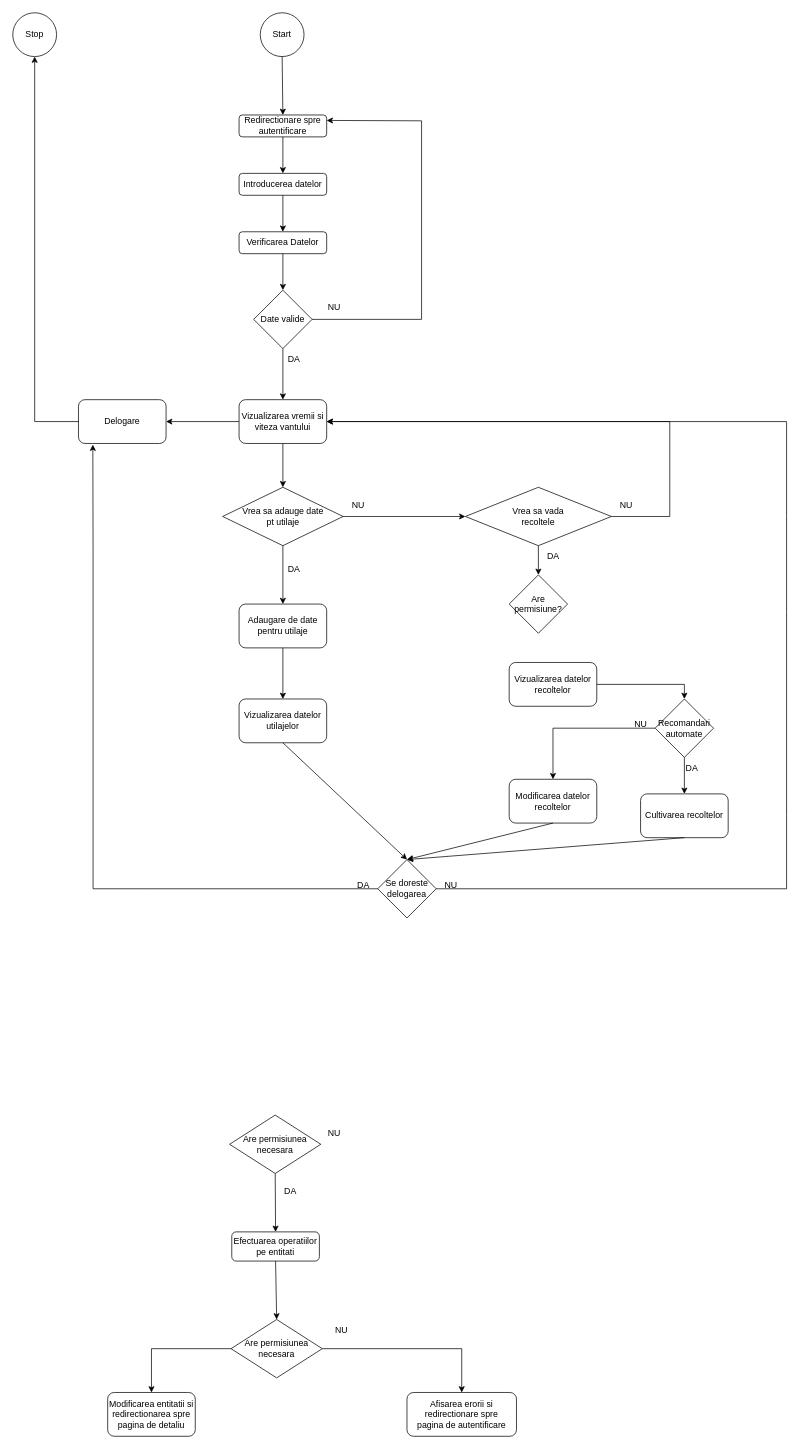
The draw.io diagram Use_Case.drawio in rosca27/FarmCare, before the edit. Source tidied: cells renumbered, new cells numbered last; positions are measured from the earlier drawing's top-left corner, leaving out a move shared by most shapes. Both pictures are drawn from the tidied source at 73%, with x=0, y=0 at pixel (12, 12).
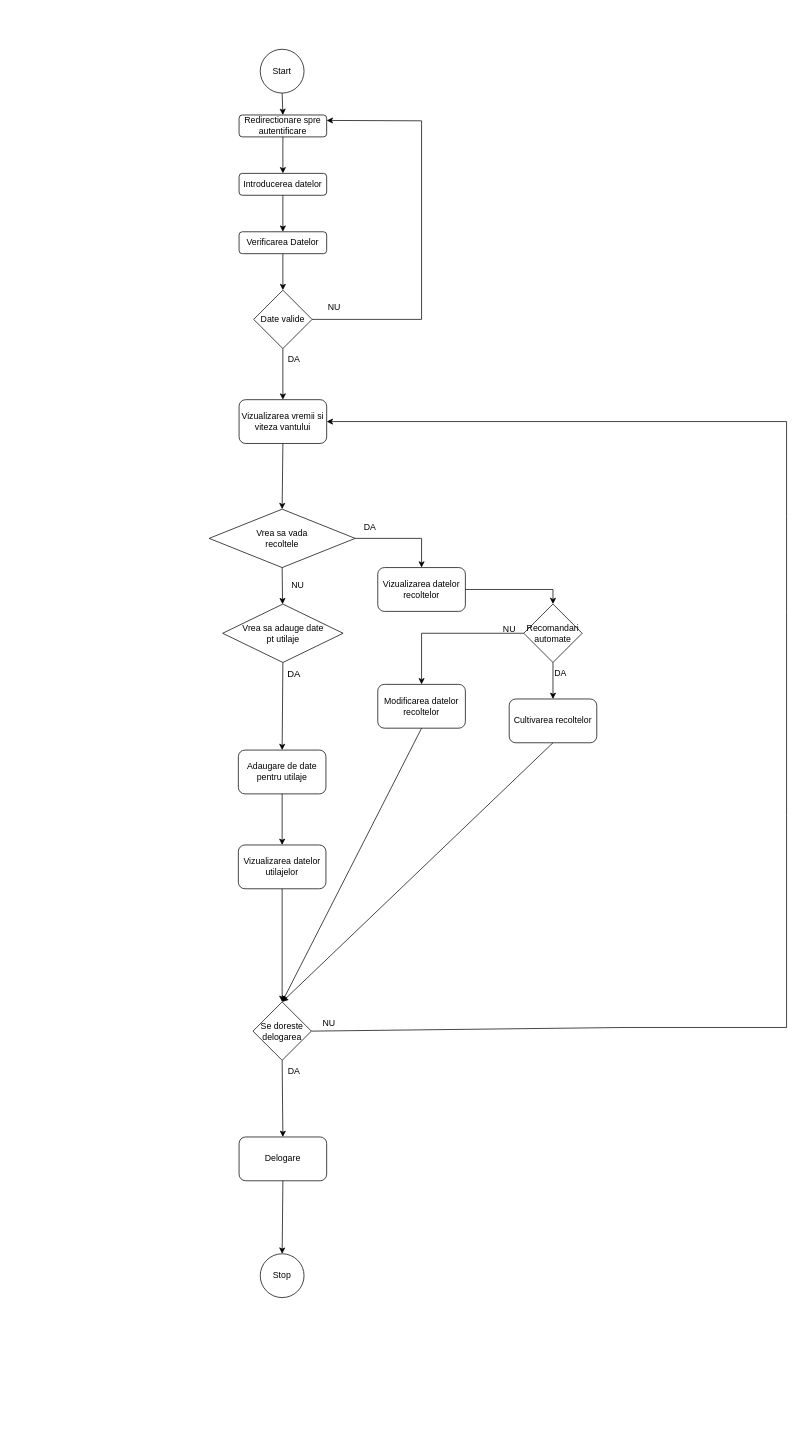
The same diagram, later.

Unchanged cells that the change refers to:
```xml
<mxCell id="12" value="Vizualizarea vremii si viteza vantului" style="rounded=1;whiteSpace=wrap;html=1;" parent="1" vertex="1">
  <mxGeometry x="310" y="530" width="120" height="60" as="geometry" />
</mxCell>
```

Change to the diagram source:
```diff
@@
-    <mxCell id="13" value="Efectuarea operatiilor&lt;div&gt;pe entitati&lt;/div&gt;" style="rounded=1;whiteSpace=wrap;html=1;" parent="1" vertex="1">
-      <mxGeometry x="300" y="1670" width="120" height="40" as="geometry" />
-    </mxCell>
-    <mxCell id="14" value="Are permisiunea necesara" style="rhombus;whiteSpace=wrap;html=1;" parent="1" vertex="1">
-      <mxGeometry x="297" y="1510" width="125" height="80" as="geometry" />
-    </mxCell>
-    <mxCell id="15" style="endArrow=classic;html=1;rounded=0;exitX=0.5;exitY=1;exitDx=0;exitDy=0;entryX=0.5;entryY=0;entryDx=0;entryDy=0;" parent="1" edge="1" source="14" target="13">
-      <mxGeometry relative="1" as="geometry" />
-    </mxCell>
-    <mxCell id="16" value="DA" style="text;html=1;align=center;verticalAlign=middle;strokeColor=none;fillColor=none;" parent="1" vertex="1">
-      <mxGeometry x="360" y="1600" width="40" height="30" as="geometry" />
-    </mxCell>
-    <mxCell id="17" value="NU" style="text;html=1;align=center;verticalAlign=middle;strokeColor=none;fillColor=none;" parent="1" vertex="1">
-      <mxGeometry x="420" y="1520" width="40" height="30" as="geometry" />
-    </mxCell>
-    <mxCell id="18" value="Are permisiunea necesara" style="rhombus;whiteSpace=wrap;html=1;" parent="1" vertex="1">
-      <mxGeometry x="299" y="1790" width="125" height="80" as="geometry" />
-    </mxCell>
-    <mxCell id="19" style="endArrow=classic;html=1;rounded=0;exitX=0.5;exitY=1;exitDx=0;exitDy=0;entryX=0.5;entryY=0;entryDx=0;entryDy=0;" parent="1" edge="1" source="13" target="18">
-      <mxGeometry relative="1" as="geometry" />
-    </mxCell>
-    <mxCell id="20" style="endArrow=classic;html=1;rounded=0;exitX=1;exitY=0.5;exitDx=0;exitDy=0;entryX=0.5;entryY=0;entryDx=0;entryDy=0;" parent="1" edge="1" source="18" target="22">
-      <mxGeometry relative="1" as="geometry">
-        <Array as="points">
-          <mxPoint x="615" y="1830" />
-        </Array>
-      </mxGeometry>
-    </mxCell>
-    <mxCell id="21" value="NU" style="text;html=1;align=center;verticalAlign=middle;strokeColor=none;fillColor=none;" parent="1" vertex="1">
-      <mxGeometry x="430" y="1790" width="40" height="30" as="geometry" />
-    </mxCell>
-    <mxCell id="22" value="Afisarea erorii si redirectionare spre&lt;div&gt;pagina de autentificare&lt;/div&gt;" style="rounded=1;whiteSpace=wrap;html=1;" parent="1" vertex="1">
-      <mxGeometry x="540" y="1890" width="150" height="60" as="geometry" />
-    </mxCell>
-    <mxCell id="23" value="Modificarea entitatii si redirectionarea spre pagina de detaliu" style="rounded=1;whiteSpace=wrap;html=1;" parent="1" vertex="1">
-      <mxGeometry x="130" y="1890" width="120" height="60" as="geometry" />
-    </mxCell>
-    <mxCell id="24" style="endArrow=classic;html=1;rounded=0;exitX=0;exitY=0.5;exitDx=0;exitDy=0;entryX=0.5;entryY=0;entryDx=0;entryDy=0;" parent="1" edge="1" source="18" target="23">
-      <mxGeometry relative="1" as="geometry">
-        <Array as="points">
-          <mxPoint x="190" y="1830" />
-        </Array>
-      </mxGeometry>
-    </mxCell>
     <mxCell id="25" value="Delogare" style="rounded=1;whiteSpace=wrap;html=1;" parent="1" vertex="1">
-      <mxGeometry x="90" y="530" width="120" height="60" as="geometry" />
+      <mxGeometry x="310" y="1540" width="120" height="60" as="geometry" />
     </mxCell>
     <mxCell id="26" value="Start" style="ellipse;whiteSpace=wrap;html=1;" parent="1" vertex="1">
-      <mxGeometry x="339" width="60" height="60" as="geometry" />
+      <mxGeometry x="339" y="50" width="60" height="60" as="geometry" />
     </mxCell>
@@
-    <mxCell id="29" style="endArrow=classic;html=1;rounded=0;exitX=0;exitY=0.5;exitDx=0;exitDy=0;entryX=1;entryY=0.5;entryDx=0;entryDy=0;" parent="1" edge="1" source="12" target="25">
-      <mxGeometry relative="1" as="geometry" />
-    </mxCell>
     <mxCell id="30" value="Vizualizarea datelor&lt;div&gt;recoltelor&lt;/div&gt;" style="rounded=1;whiteSpace=wrap;html=1;" parent="1" vertex="1">
-      <mxGeometry x="680" y="890" width="120" height="60" as="geometry" />
+      <mxGeometry x="500" y="760" width="120" height="60" as="geometry" />
     </mxCell>
     <mxCell id="31" value="Modificarea datelor&lt;div&gt;recoltelor&lt;/div&gt;" style="rounded=1;whiteSpace=wrap;html=1;" parent="1" vertex="1">
-      <mxGeometry x="680" y="1050" width="120" height="60" as="geometry" />
+      <mxGeometry x="500" y="920" width="120" height="60" as="geometry" />
     </mxCell>
     <mxCell id="32" value="Adaugare de date pentru utilaje" style="rounded=1;whiteSpace=wrap;html=1;" parent="1" vertex="1">
-      <mxGeometry x="310" y="810" width="120" height="60" as="geometry" />
+      <mxGeometry x="309" y="1010" width="120" height="60" as="geometry" />
     </mxCell>
     <mxCell id="33" value="Cultivarea recoltelor" style="rounded=1;whiteSpace=wrap;html=1;" parent="1" vertex="1">
-      <mxGeometry x="860" y="1070" width="120" height="60" as="geometry" />
+      <mxGeometry x="680" y="940" width="120" height="60" as="geometry" />
     </mxCell>
     <mxCell id="34" value="Vizualizarea datelor&lt;div&gt;utilajelor&lt;/div&gt;" style="rounded=1;whiteSpace=wrap;html=1;" parent="1" vertex="1">
-      <mxGeometry x="310" y="940" width="120" height="60" as="geometry" />
+      <mxGeometry x="309" y="1140" width="120" height="60" as="geometry" />
     </mxCell>
@@
-    <mxCell id="36" value="Vrea sa adauge date&lt;div&gt;pt utilaje&lt;/div&gt;" style="rhombus;whiteSpace=wrap;html=1;" parent="1" vertex="1">
-      <mxGeometry x="287.5" y="650" width="165" height="80" as="geometry" />
-    </mxCell>
-    <mxCell id="37" style="endArrow=classic;html=1;rounded=0;exitX=0.5;exitY=1;exitDx=0;exitDy=0;entryX=0.5;entryY=0;entryDx=0;entryDy=0;" parent="1" edge="1" source="12" target="36">
+    <mxCell id="37" style="endArrow=classic;html=1;rounded=0;exitX=0.5;exitY=1;exitDx=0;exitDy=0;entryX=0.5;entryY=0;entryDx=0;entryDy=0;" parent="1" edge="1" source="12" target="40">
       <mxGeometry relative="1" as="geometry" />
     </mxCell>
-    <mxCell id="38" style="endArrow=classic;html=1;rounded=0;exitX=0.5;exitY=1;exitDx=0;exitDy=0;entryX=0.5;entryY=0;entryDx=0;entryDy=0;" parent="1" edge="1" source="36" target="32">
-      <mxGeometry relative="1" as="geometry" />
-    </mxCell>
     <mxCell id="39" value="DA" style="text;html=1;align=center;verticalAlign=middle;strokeColor=none;fillColor=none;" parent="1" vertex="1">
-      <mxGeometry x="365" y="748" width="40" height="30" as="geometry" />
+      <mxGeometry x="469" y="690" width="40" height="30" as="geometry" />
     </mxCell>
-    <mxCell id="40" value="Vrea sa vada&lt;div&gt;recoltele&lt;/div&gt;" style="rhombus;whiteSpace=wrap;html=1;" parent="1" vertex="1">
-      <mxGeometry x="620" y="650" width="200" height="80" as="geometry" />
-    </mxCell>
-    <mxCell id="41" style="endArrow=classic;html=1;rounded=0;exitX=1;exitY=0.5;exitDx=0;exitDy=0;entryX=0;entryY=0.5;entryDx=0;entryDy=0;" parent="1" edge="1" source="36" target="40">
-      <mxGeometry relative="1" as="geometry" />
-    </mxCell>
     <mxCell id="42" value="NU" style="text;html=1;align=center;verticalAlign=middle;strokeColor=none;fillColor=none;" parent="1" vertex="1">
-      <mxGeometry x="452.5" y="660" width="40" height="30" as="geometry" />
+      <mxGeometry x="370" y="770" width="40" height="30" as="geometry" />
     </mxCell>
-    <mxCell id="43" value="DA" style="text;html=1;align=center;verticalAlign=middle;strokeColor=none;fillColor=none;" parent="1" vertex="1">
-      <mxGeometry x="720" y="730" width="40" height="30" as="geometry" />
-    </mxCell>
-    <mxCell id="44" style="endArrow=classic;html=1;rounded=0;exitX=1;exitY=0.5;exitDx=0;exitDy=0;entryX=1;entryY=0.5;entryDx=0;entryDy=0;" parent="1" edge="1" source="40" target="12">
-      <mxGeometry relative="1" as="geometry">
-        <Array as="points">
-          <mxPoint x="900" y="690" />
-          <mxPoint x="900" y="560" />
-        </Array>
-      </mxGeometry>
-    </mxCell>
-    <mxCell id="45" value="NU" style="text;html=1;align=center;verticalAlign=middle;strokeColor=none;fillColor=none;" parent="1" vertex="1">
-      <mxGeometry x="820" y="660" width="40" height="30" as="geometry" />
-    </mxCell>
     <mxCell id="46" value="Se doreste&lt;br&gt;delogarea" style="rhombus;whiteSpace=wrap;html=1;" parent="1" vertex="1">
-      <mxGeometry x="500" y="1160" width="80" height="80" as="geometry" />
+      <mxGeometry x="329" y="1355" width="80" height="80" as="geometry" />
     </mxCell>
-    <mxCell id="47" style="endArrow=classic;html=1;rounded=0;exitX=0;exitY=0.5;exitDx=0;exitDy=0;entryX=0.164;entryY=1.026;entryDx=0;entryDy=0;entryPerimeter=0;" parent="1" edge="1" source="46" target="25">
-      <mxGeometry relative="1" as="geometry">
-        <Array as="points">
-          <mxPoint x="180" y="1200" />
-          <mxPoint x="110" y="1200" />
-          <mxPoint x="110" y="740" />
-        </Array>
-      </mxGeometry>
-    </mxCell>
     <mxCell id="48" value="DA" style="text;html=1;align=center;verticalAlign=middle;strokeColor=none;fillColor=none;" parent="1" vertex="1">
-      <mxGeometry x="460" y="1180" width="40" height="30" as="geometry" />
+      <mxGeometry x="365" y="1435" width="40" height="30" as="geometry" />
     </mxCell>
     <mxCell id="49" style="endArrow=classic;html=1;rounded=0;exitX=1;exitY=0.5;exitDx=0;exitDy=0;entryX=1;entryY=0.5;entryDx=0;entryDy=0;" parent="1" edge="1" source="46" target="12">
       <mxGeometry relative="1" as="geometry">
         <Array as="points">
-          <mxPoint x="840" y="1200" />
-          <mxPoint x="1060" y="1200" />
+          <mxPoint x="840" y="1390" />
+          <mxPoint x="1060" y="1390" />
           <mxPoint x="1060" y="1100" />
           <mxPoint x="1060" y="820" />
           <mxPoint x="1060" y="690" />
           <mxPoint x="1060" y="560" />
         </Array>
       </mxGeometry>
     </mxCell>
     <mxCell id="50" value="NU" style="text;html=1;align=center;verticalAlign=middle;strokeColor=none;fillColor=none;" parent="1" vertex="1">
-      <mxGeometry x="580" y="1180" width="40" height="30" as="geometry" />
+      <mxGeometry x="412.5" y="1370" width="40" height="30" as="geometry" />
     </mxCell>
@@
     <mxCell id="54" value="Recomandari&lt;div&gt;automate&lt;/div&gt;" style="rhombus;whiteSpace=wrap;html=1;" parent="1" vertex="1">
-      <mxGeometry x="880" y="940" width="80" height="80" as="geometry" />
+      <mxGeometry x="700" y="810" width="80" height="80" as="geometry" />
     </mxCell>
     <mxCell id="55" style="endArrow=classic;html=1;rounded=0;exitX=1;exitY=0.5;exitDx=0;exitDy=0;entryX=0.5;entryY=0;entryDx=0;entryDy=0;" parent="1" edge="1" source="30" target="54">
       <mxGeometry relative="1" as="geometry">
         <Array as="points">
-          <mxPoint x="920" y="920" />
+          <mxPoint x="740" y="790" />
         </Array>
       </mxGeometry>
     </mxCell>
     <mxCell id="56" value="Stop" style="ellipse;whiteSpace=wrap;html=1;" parent="1" vertex="1">
-      <mxGeometry width="60" height="60" as="geometry" />
+      <mxGeometry x="339" y="1700" width="60" height="60" as="geometry" />
     </mxCell>
-    <mxCell id="57" style="endArrow=classic;html=1;rounded=0;exitX=0;exitY=0.5;exitDx=0;exitDy=0;entryX=0.5;entryY=1;entryDx=0;entryDy=0;" parent="1" edge="1" source="25" target="56">
-      <mxGeometry relative="1" as="geometry">
-        <Array as="points">
-          <mxPoint x="30" y="560" />
-        </Array>
-      </mxGeometry>
-    </mxCell>
@@
     <mxCell id="59" value="DA" style="text;html=1;align=center;verticalAlign=middle;strokeColor=none;fillColor=none;" parent="1" vertex="1">
-      <mxGeometry x="910" y="1020" width="40" height="30" as="geometry" />
+      <mxGeometry x="730" y="890" width="40" height="30" as="geometry" />
     </mxCell>
     <mxCell id="60" style="endArrow=classic;html=1;rounded=0;exitX=0;exitY=0.5;exitDx=0;exitDy=0;entryX=0.5;entryY=0;entryDx=0;entryDy=0;" parent="1" edge="1" source="54" target="31">
       <mxGeometry relative="1" as="geometry">
         <Array as="points">
-          <mxPoint x="740" y="980" />
+          <mxPoint x="560" y="850" />
         </Array>
       </mxGeometry>
     </mxCell>
     <mxCell id="61" value="NU" style="text;html=1;align=center;verticalAlign=middle;strokeColor=none;fillColor=none;" parent="1" vertex="1">
-      <mxGeometry x="840" y="960" width="40" height="30" as="geometry" />
+      <mxGeometry x="660" y="830" width="40" height="30" as="geometry" />
     </mxCell>
-    <mxCell id="62" value="Are permisiune?" style="rhombus;whiteSpace=wrap;html=1;" parent="1" vertex="1">
-      <mxGeometry x="680" y="770" width="80" height="80" as="geometry" />
-    </mxCell>
-    <mxCell id="63" style="endArrow=classic;html=1;rounded=0;exitX=0.5;exitY=1;exitDx=0;exitDy=0;entryX=0.5;entryY=0;entryDx=0;entryDy=0;" parent="1" edge="1" source="40" target="62">
-      <mxGeometry relative="1" as="geometry" />
-    </mxCell>
+    <mxCell id="38" style="endArrow=classic;html=1;rounded=0;entryX=0.5;entryY=0;entryDx=0;entryDy=0;exitX=0.5;exitY=1;exitDx=0;exitDy=0;" parent="1" edge="1" source="36" target="32">
+      <mxGeometry relative="1" as="geometry" />
+    </mxCell>
+    <mxCell id="64" value="&lt;font style=&quot;font-size: 13px;&quot;&gt;DA&lt;/font&gt;" style="text;html=1;align=center;verticalAlign=middle;strokeColor=none;fillColor=none;fontSize=16;" parent="1" vertex="1">
+      <mxGeometry x="365" y="890" width="40" height="30" as="geometry" />
+    </mxCell>
+    <mxCell id="40" value="Vrea sa vada&lt;div&gt;recoltele&lt;/div&gt;" style="rhombus;whiteSpace=wrap;html=1;" parent="1" vertex="1">
+      <mxGeometry x="269" y="680" width="200" height="80" as="geometry" />
+    </mxCell>
+    <mxCell id="36" value="Vrea sa adauge date&lt;div&gt;pt utilaje&lt;/div&gt;" style="rhombus;whiteSpace=wrap;html=1;" parent="1" vertex="1">
+      <mxGeometry x="287.5" y="810" width="165" height="80" as="geometry" />
+    </mxCell>
+    <mxCell id="65" style="endArrow=classic;html=1;rounded=0;exitX=0.5;exitY=1;exitDx=0;exitDy=0;" parent="1" edge="1" source="40" target="36">
+      <mxGeometry relative="1" as="geometry" />
+    </mxCell>
+    <mxCell id="66" style="endArrow=classic;html=1;rounded=0;exitX=1;exitY=0.5;exitDx=0;exitDy=0;entryX=0.5;entryY=0;entryDx=0;entryDy=0;" parent="1" edge="1" source="40" target="30">
+      <mxGeometry relative="1" as="geometry">
+        <Array as="points">
+          <mxPoint x="560" y="720" />
+        </Array>
+      </mxGeometry>
+    </mxCell>
+    <mxCell id="47" style="endArrow=classic;html=1;rounded=0;exitX=0.5;exitY=1;exitDx=0;exitDy=0;entryX=0.5;entryY=0;entryDx=0;entryDy=0;" parent="1" edge="1" source="46" target="25">
+      <mxGeometry relative="1" as="geometry" />
+    </mxCell>
+    <mxCell id="57" style="endArrow=classic;html=1;rounded=0;exitX=0.5;exitY=1;exitDx=0;exitDy=0;entryX=0.5;entryY=0;entryDx=0;entryDy=0;" parent="1" edge="1" source="25" target="56">
+      <mxGeometry relative="1" as="geometry" />
+    </mxCell>
```
